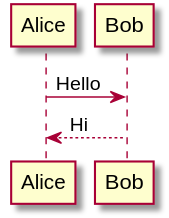
Above: docs/diagrams/diagram_1.svg in shutova-olga/saba-0625 (PlantUML), before the change. Source of this version:
```plantuml
@startuml
Alice -> Bob: Hello
Bob --> Alice: Hi
@enduml
```
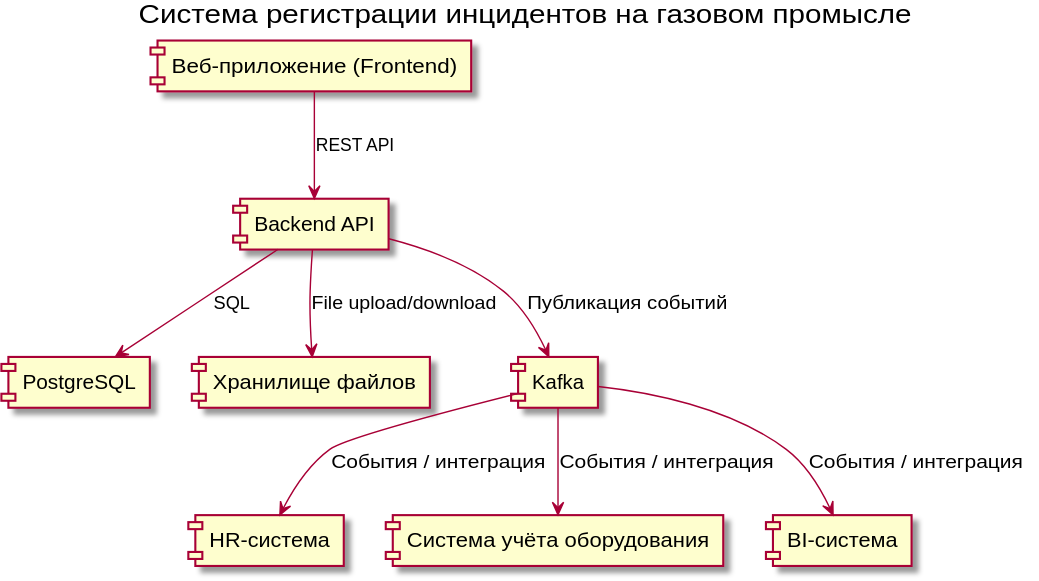
The same file after the commit.

Change to the diagram source:
```diff
@@ -1,4 +1,21 @@
 @startuml
-Alice -> Bob: Hello
-Bob --> Alice: Hi
+title Система регистрации инцидентов на газовом промысле
+
+component "Веб-приложение (Frontend)" as FE
+component "Backend API" as API
+component "PostgreSQL" as DB
+component "Хранилище файлов" as FS
+component "Kafka" as Kafka
+component "HR-система" as HR
+component "Система учёта оборудования" as EQ
+component "BI-система" as BI
+
+FE --> API : REST API
+API --> DB : SQL
+API --> FS : File upload/download
+API --> Kafka : Публикация событий
+Kafka --> HR : События / интеграция
+Kafka --> EQ : События / интеграция
+Kafka --> BI : События / интеграция
+
 @enduml
```
